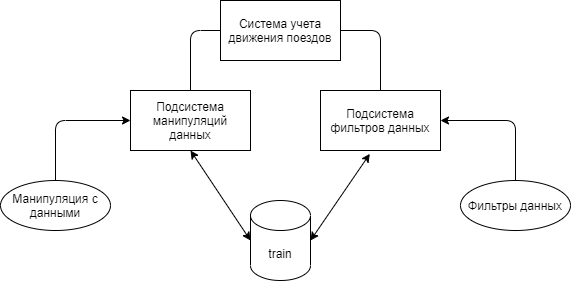
Above: структурная схема функционала.png in rezelput/TrainOrgnz (draw.io), before the change. Source tidied: cells renumbered, new cells last; positions are measured from the earlier drawing's top-left corner, leaving out a move shared by most shapes.
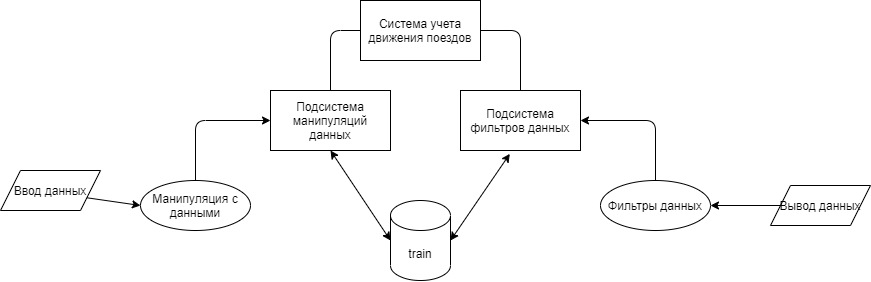
The same diagram one commit later.

Change to the diagram source:
```diff
@@ -54,5 +54,17 @@
         </Array>
       </mxGeometry>
     </mxCell>
+    <mxCell id="14" value="Ввод данных" style="shape=parallelogram;perimeter=parallelogramPerimeter;whiteSpace=wrap;html=1;fixedSize=1;" parent="1" vertex="1">
+      <mxGeometry x="-140" y="170" width="100" height="40" as="geometry" />
+    </mxCell>
+    <mxCell id="15" value="Вывод данных" style="shape=parallelogram;perimeter=parallelogramPerimeter;whiteSpace=wrap;html=1;fixedSize=1;" parent="1" vertex="1">
+      <mxGeometry x="630" y="185" width="100" height="40" as="geometry" />
+    </mxCell>
+    <mxCell id="16" style="endArrow=classic;html=1;exitX=1;exitY=0.75;exitDx=0;exitDy=0;entryX=0;entryY=0.5;entryDx=0;entryDy=0;" parent="1" edge="1" source="14" target="10">
+      <mxGeometry relative="1" as="geometry" />
+    </mxCell>
+    <mxCell id="17" style="endArrow=classic;html=1;entryX=1;entryY=0.5;entryDx=0;entryDy=0;exitX=0;exitY=0.5;exitDx=0;exitDy=0;" parent="1" edge="1" source="15" target="12">
+      <mxGeometry relative="1" as="geometry" />
+    </mxCell>
   </root>
 </mxGraphModel>
```
